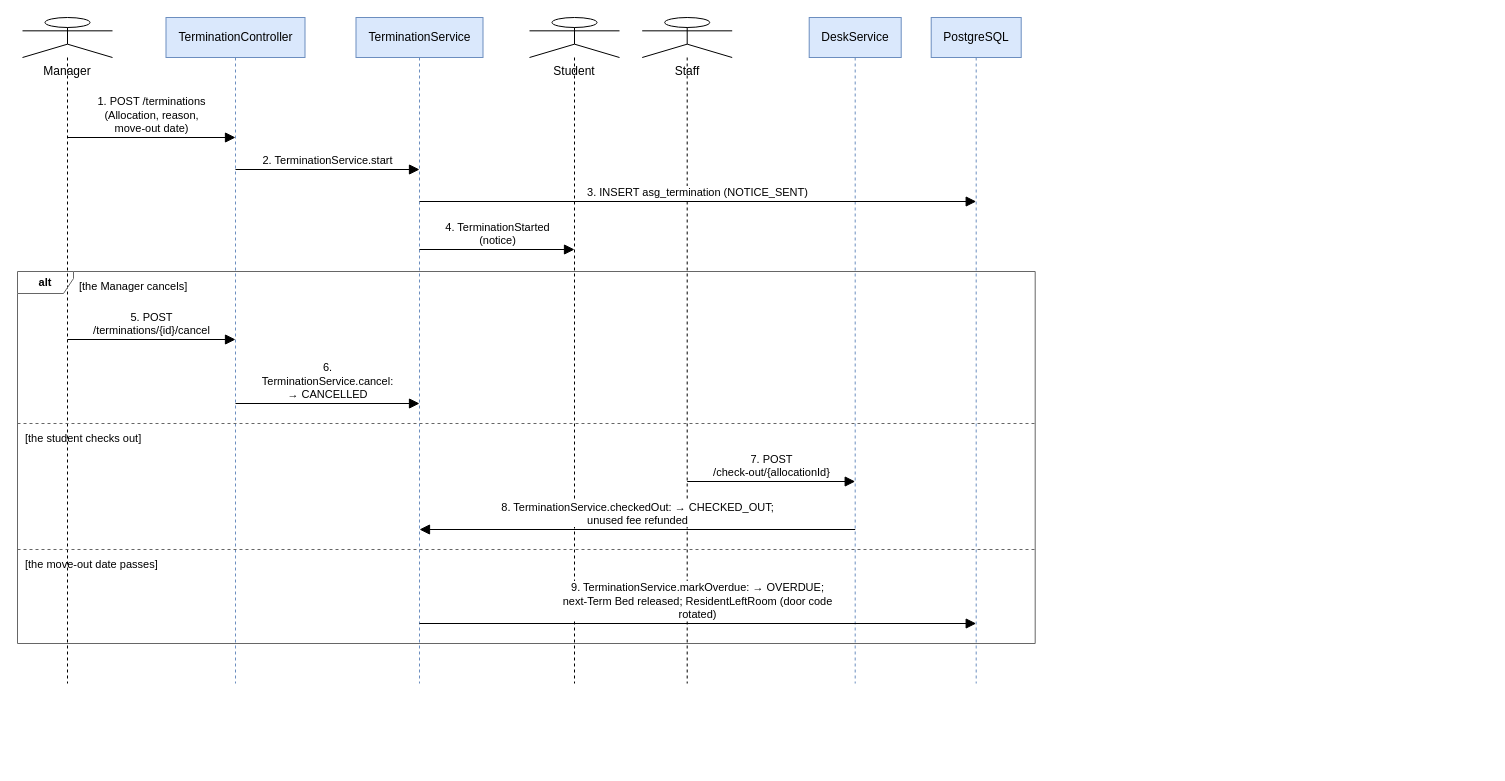
Before: docs/Diagrams/07_Sequence/seq-16-termination.drawio in tisou47/CampusStay-FPT, a draw.io diagram. Source tidied: cells renumbered, new cells numbered last; positions are measured from the earlier drawing's top-left corner, leaving out a move shared by most shapes. Both pictures are drawn from the tidied source at 100%, with x=0, y=0 at pixel (17, 17).
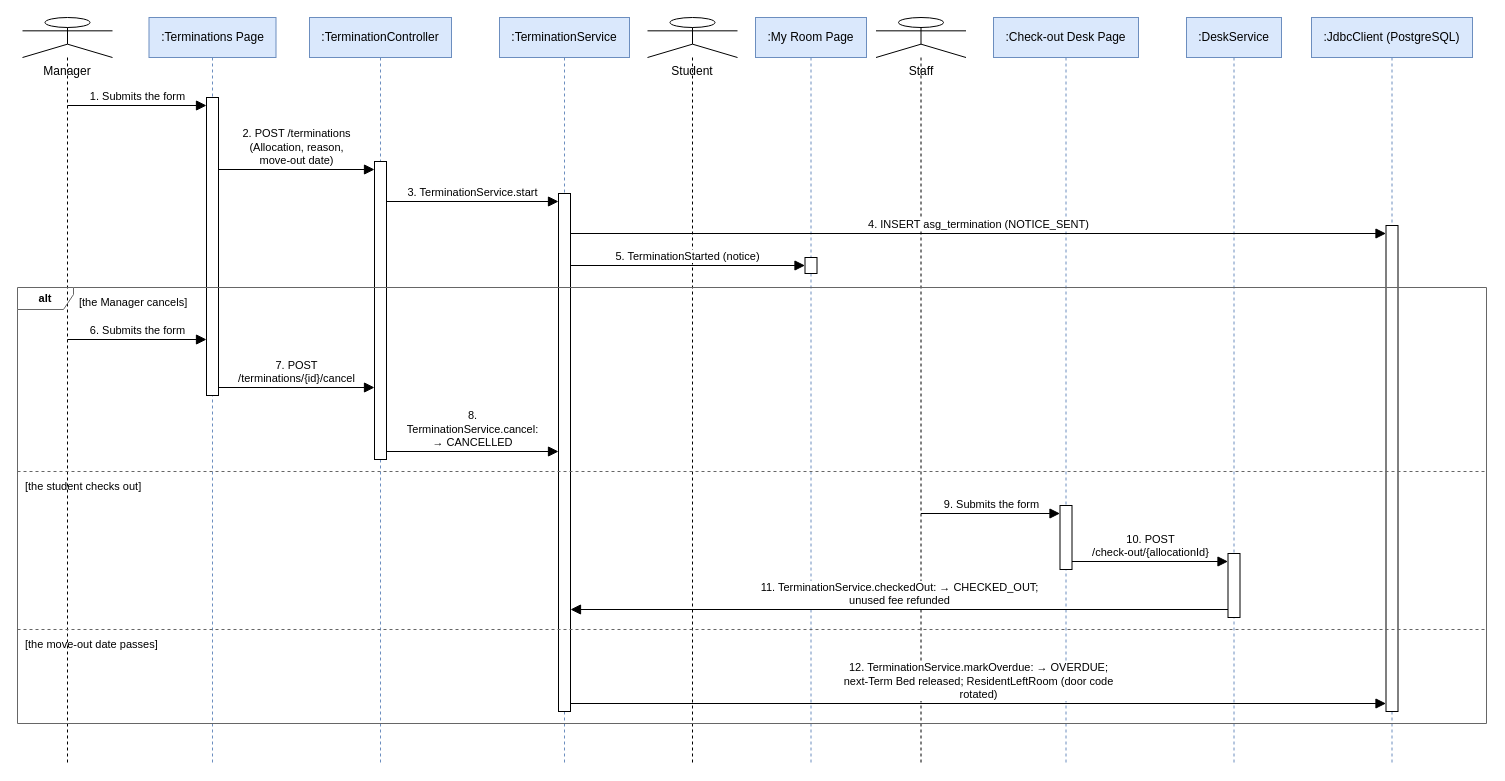
The same page after the edit.

The edit, as a diff of the source:
```diff
@@
     <mxCell id="2" value="Manager" style="shape=umlLifeline;participant=umlActor;perimeter=lifelinePerimeter;size=40;verticalAlign=top;spacingTop=40;html=1;whiteSpace=wrap;fontSize=12;fontFamily=Helvetica;" parent="1" vertex="1">
-      <mxGeometry x="5" width="90" height="666" as="geometry" />
+      <mxGeometry x="5" width="90" height="746" as="geometry" />
     </mxCell>
+    <mxCell id="24" value=":Terminations Page" style="shape=umlLifeline;perimeter=lifelinePerimeter;size=40;html=1;whiteSpace=wrap;fontSize=12;fontFamily=Helvetica;fillColor=#dae8fc;strokeColor=#6c8ebf;" parent="1" vertex="1">
+      <mxGeometry x="131.5" width="127" height="746" as="geometry" />
+    </mxCell>
-    <mxCell id="3" value="TerminationController" style="shape=umlLifeline;perimeter=lifelinePerimeter;size=40;html=1;whiteSpace=wrap;fontSize=12;fontFamily=Helvetica;fillColor=#dae8fc;strokeColor=#6c8ebf;" parent="1" vertex="1">
-      <mxGeometry x="148.5" width="139" height="666" as="geometry" />
+    <mxCell id="3" value=":TerminationController" style="shape=umlLifeline;perimeter=lifelinePerimeter;size=40;html=1;whiteSpace=wrap;fontSize=12;fontFamily=Helvetica;fillColor=#dae8fc;strokeColor=#6c8ebf;" parent="1" vertex="1">
+      <mxGeometry x="292" width="142" height="746" as="geometry" />
     </mxCell>
-    <mxCell id="4" value="TerminationService" style="shape=umlLifeline;perimeter=lifelinePerimeter;size=40;html=1;whiteSpace=wrap;fontSize=12;fontFamily=Helvetica;fillColor=#dae8fc;strokeColor=#6c8ebf;" parent="1" vertex="1">
-      <mxGeometry x="338.5" width="127" height="666" as="geometry" />
+    <mxCell id="4" value=":TerminationService" style="shape=umlLifeline;perimeter=lifelinePerimeter;size=40;html=1;whiteSpace=wrap;fontSize=12;fontFamily=Helvetica;fillColor=#dae8fc;strokeColor=#6c8ebf;" parent="1" vertex="1">
+      <mxGeometry x="482" width="130" height="746" as="geometry" />
     </mxCell>
     <mxCell id="5" value="Student" style="shape=umlLifeline;participant=umlActor;perimeter=lifelinePerimeter;size=40;verticalAlign=top;spacingTop=40;html=1;whiteSpace=wrap;fontSize=12;fontFamily=Helvetica;" parent="1" vertex="1">
-      <mxGeometry x="512" width="90" height="666" as="geometry" />
+      <mxGeometry x="630" width="90" height="746" as="geometry" />
     </mxCell>
+    <mxCell id="25" value=":My Room Page" style="shape=umlLifeline;perimeter=lifelinePerimeter;size=40;html=1;whiteSpace=wrap;fontSize=12;fontFamily=Helvetica;fillColor=#dae8fc;strokeColor=#6c8ebf;" parent="1" vertex="1">
+      <mxGeometry x="738" width="111" height="746" as="geometry" />
+    </mxCell>
     <mxCell id="6" value="Staff" style="shape=umlLifeline;participant=umlActor;perimeter=lifelinePerimeter;size=40;verticalAlign=top;spacingTop=40;html=1;whiteSpace=wrap;fontSize=12;fontFamily=Helvetica;" parent="1" vertex="1">
-      <mxGeometry x="624.7" width="90" height="666" as="geometry" />
+      <mxGeometry x="858.5" width="90" height="746" as="geometry" />
     </mxCell>
+    <mxCell id="26" value=":Check-out Desk Page" style="shape=umlLifeline;perimeter=lifelinePerimeter;size=40;html=1;whiteSpace=wrap;fontSize=12;fontFamily=Helvetica;fillColor=#dae8fc;strokeColor=#6c8ebf;" parent="1" vertex="1">
+      <mxGeometry x="976" width="145" height="746" as="geometry" />
+    </mxCell>
-    <mxCell id="7" value="DeskService" style="shape=umlLifeline;perimeter=lifelinePerimeter;size=40;html=1;whiteSpace=wrap;fontSize=12;fontFamily=Helvetica;fillColor=#dae8fc;strokeColor=#6c8ebf;" parent="1" vertex="1">
-      <mxGeometry x="791.7" width="92" height="666" as="geometry" />
+    <mxCell id="7" value=":DeskService" style="shape=umlLifeline;perimeter=lifelinePerimeter;size=40;html=1;whiteSpace=wrap;fontSize=12;fontFamily=Helvetica;fillColor=#dae8fc;strokeColor=#6c8ebf;" parent="1" vertex="1">
+      <mxGeometry x="1169" width="95" height="746" as="geometry" />
     </mxCell>
-    <mxCell id="8" value="PostgreSQL" style="shape=umlLifeline;perimeter=lifelinePerimeter;size=40;html=1;whiteSpace=wrap;fontSize=12;fontFamily=Helvetica;fillColor=#dae8fc;strokeColor=#6c8ebf;" parent="1" vertex="1">
-      <mxGeometry x="913.7" width="90" height="666" as="geometry" />
+    <mxCell id="8" value=":JdbcClient (PostgreSQL)" style="shape=umlLifeline;perimeter=lifelinePerimeter;size=40;html=1;whiteSpace=wrap;fontSize=12;fontFamily=Helvetica;fillColor=#dae8fc;strokeColor=#6c8ebf;" parent="1" vertex="1">
+      <mxGeometry x="1294" width="161" height="746" as="geometry" />
     </mxCell>
-    <mxCell id="9" value="1. POST /terminations&lt;br&gt;(Allocation, reason,&lt;br&gt;move-out date)" style="html=1;rounded=1;fontSize=11;fontFamily=Helvetica;labelBackgroundColor=#ffffff;verticalAlign=bottom;endArrow=block;endFill=1;endSize=8;" parent="1" edge="1">
-      <mxGeometry relative="1" as="geometry">
-        <mxPoint x="50" y="120" as="sourcePoint" />
-        <mxPoint x="218" y="120" as="targetPoint" />
-      </mxGeometry>
+    <mxCell id="9" style="rounded=0;whiteSpace=wrap;html=1;fillColor=#FFFFFF;strokeColor=#000000;" parent="1" vertex="1">
+      <mxGeometry x="189" y="80" width="12" height="298" as="geometry" />
     </mxCell>
-    <mxCell id="10" value="2. TerminationService.start" style="html=1;rounded=1;fontSize=11;fontFamily=Helvetica;labelBackgroundColor=#ffffff;verticalAlign=bottom;endArrow=block;endFill=1;endSize=8;" parent="1" edge="1">
-      <mxGeometry relative="1" as="geometry">
-        <mxPoint x="218" y="152" as="sourcePoint" />
-        <mxPoint x="402" y="152" as="targetPoint" />
-      </mxGeometry>
+    <mxCell id="10" style="rounded=0;whiteSpace=wrap;html=1;fillColor=#FFFFFF;strokeColor=#000000;" parent="1" vertex="1">
+      <mxGeometry x="357" y="144" width="12" height="298" as="geometry" />
     </mxCell>
-    <mxCell id="11" value="3. INSERT asg_termination (NOTICE_SENT)" style="html=1;rounded=1;fontSize=11;fontFamily=Helvetica;labelBackgroundColor=#ffffff;verticalAlign=bottom;endArrow=block;endFill=1;endSize=8;" parent="1" edge="1">
-      <mxGeometry relative="1" as="geometry">
-        <mxPoint x="402" y="184" as="sourcePoint" />
-        <mxPoint x="958.7" y="184" as="targetPoint" />
-      </mxGeometry>
+    <mxCell id="11" style="rounded=0;whiteSpace=wrap;html=1;fillColor=#FFFFFF;strokeColor=#000000;" parent="1" vertex="1">
+      <mxGeometry x="541" y="176" width="12" height="518" as="geometry" />
     </mxCell>
-    <mxCell id="12" value="4. TerminationStarted&lt;br&gt;(notice)" style="html=1;rounded=1;fontSize=11;fontFamily=Helvetica;labelBackgroundColor=#ffffff;verticalAlign=bottom;endArrow=block;endFill=1;endSize=8;" parent="1" edge="1">
-      <mxGeometry relative="1" as="geometry">
-        <mxPoint x="402" y="232" as="sourcePoint" />
-        <mxPoint x="557" y="232" as="targetPoint" />
-      </mxGeometry>
+    <mxCell id="12" style="rounded=0;whiteSpace=wrap;html=1;fillColor=#FFFFFF;strokeColor=#000000;" parent="1" vertex="1">
+      <mxGeometry x="1368.5" y="208" width="12" height="486" as="geometry" />
     </mxCell>
-    <mxCell id="13" value="5. POST&lt;br&gt;/terminations/{id}/cancel" style="html=1;rounded=1;fontSize=11;fontFamily=Helvetica;labelBackgroundColor=#ffffff;verticalAlign=bottom;endArrow=block;endFill=1;endSize=8;" parent="1" edge="1">
-      <mxGeometry relative="1" as="geometry">
-        <mxPoint x="50" y="322" as="sourcePoint" />
-        <mxPoint x="218" y="322" as="targetPoint" />
-      </mxGeometry>
+    <mxCell id="13" style="rounded=0;whiteSpace=wrap;html=1;fillColor=#FFFFFF;strokeColor=#000000;" parent="1" vertex="1">
+      <mxGeometry x="787.5" y="240" width="12" height="16" as="geometry" />
     </mxCell>
-    <mxCell id="14" value="6.&lt;br&gt;TerminationService.cancel:&lt;br&gt;→ CANCELLED" style="html=1;rounded=1;fontSize=11;fontFamily=Helvetica;labelBackgroundColor=#ffffff;verticalAlign=bottom;endArrow=block;endFill=1;endSize=8;" parent="1" edge="1">
-      <mxGeometry relative="1" as="geometry">
-        <mxPoint x="218" y="386" as="sourcePoint" />
-        <mxPoint x="402" y="386" as="targetPoint" />
-      </mxGeometry>
+    <mxCell id="14" style="rounded=0;whiteSpace=wrap;html=1;fillColor=#FFFFFF;strokeColor=#000000;" parent="1" vertex="1">
+      <mxGeometry x="1042.5" y="488" width="12" height="64" as="geometry" />
     </mxCell>
-    <mxCell id="15" value="7. POST&lt;br&gt;/check-out/{allocationId}" style="html=1;rounded=1;fontSize=11;fontFamily=Helvetica;labelBackgroundColor=#ffffff;verticalAlign=bottom;endArrow=block;endFill=1;endSize=8;" parent="1" edge="1">
-      <mxGeometry relative="1" as="geometry">
-        <mxPoint x="669.7" y="464" as="sourcePoint" />
-        <mxPoint x="837.7" y="464" as="targetPoint" />
-      </mxGeometry>
+    <mxCell id="15" style="rounded=0;whiteSpace=wrap;html=1;fillColor=#FFFFFF;strokeColor=#000000;" parent="1" vertex="1">
+      <mxGeometry x="1210.5" y="536" width="12" height="64" as="geometry" />
     </mxCell>
-    <mxCell id="16" value="8. TerminationService.checkedOut: → CHECKED_OUT;&lt;br&gt;unused fee refunded" style="html=1;rounded=1;fontSize=11;fontFamily=Helvetica;labelBackgroundColor=#ffffff;verticalAlign=bottom;endArrow=block;endFill=1;endSize=8;" parent="1" edge="1">
+    <mxCell id="16" value="1. Submits the form" style="html=1;rounded=1;fontSize=11;fontFamily=Helvetica;labelBackgroundColor=#ffffff;verticalAlign=bottom;endArrow=block;endFill=1;endSize=8;" parent="1" edge="1">
       <mxGeometry relative="1" as="geometry">
-        <mxPoint x="837.7" y="512" as="sourcePoint" />
-        <mxPoint x="402" y="512" as="targetPoint" />
+        <mxPoint x="50" y="88" as="sourcePoint" />
+        <mxPoint x="189" y="88" as="targetPoint" />
       </mxGeometry>
     </mxCell>
-    <mxCell id="17" value="9. TerminationService.markOverdue: → OVERDUE;&lt;br&gt;next-Term Bed released; ResidentLeftRoom (door code&lt;br&gt;rotated)" style="html=1;rounded=1;fontSize=11;fontFamily=Helvetica;labelBackgroundColor=#ffffff;verticalAlign=bottom;endArrow=block;endFill=1;endSize=8;" parent="1" edge="1">
+    <mxCell id="17" value="2. POST /terminations&lt;br&gt;(Allocation, reason,&lt;br&gt;move-out date)" style="html=1;rounded=1;fontSize=11;fontFamily=Helvetica;labelBackgroundColor=#ffffff;verticalAlign=bottom;endArrow=block;endFill=1;endSize=8;" parent="1" edge="1">
       <mxGeometry relative="1" as="geometry">
-        <mxPoint x="402" y="606" as="sourcePoint" />
-        <mxPoint x="958.7" y="606" as="targetPoint" />
+        <mxPoint x="201" y="152" as="sourcePoint" />
+        <mxPoint x="357" y="152" as="targetPoint" />
       </mxGeometry>
     </mxCell>
-    <mxCell id="18" value="alt" style="shape=umlFrame;whiteSpace=wrap;html=1;width=56;height=22;fontSize=11;fontStyle=1;fillColor=none;strokeColor=#666666;" parent="1" vertex="1">
-      <mxGeometry y="254" width="1017.7" height="372" as="geometry" />
+    <mxCell id="18" value="3. TerminationService.start" style="html=1;rounded=1;fontSize=11;fontFamily=Helvetica;labelBackgroundColor=#ffffff;verticalAlign=bottom;endArrow=block;endFill=1;endSize=8;" parent="1" edge="1">
+      <mxGeometry relative="1" as="geometry">
+        <mxPoint x="369" y="184" as="sourcePoint" />
+        <mxPoint x="541" y="184" as="targetPoint" />
+      </mxGeometry>
     </mxCell>
-    <mxCell id="19" value="[the Manager cancels]" style="text;html=1;whiteSpace=wrap;fontSize=12;fontFamily=Helvetica;align=left;verticalAlign=top;fillColor=none;strokeColor=none;fontSize=11;" parent="1" vertex="1">
-      <mxGeometry x="60" y="256" width="141.4" height="20" as="geometry" />
+    <mxCell id="19" value="4. INSERT asg_termination (NOTICE_SENT)" style="html=1;rounded=1;fontSize=11;fontFamily=Helvetica;labelBackgroundColor=#ffffff;verticalAlign=bottom;endArrow=block;endFill=1;endSize=8;" parent="1" edge="1">
+      <mxGeometry relative="1" as="geometry">
+        <mxPoint x="553" y="216" as="sourcePoint" />
+        <mxPoint x="1368.5" y="216" as="targetPoint" />
+      </mxGeometry>
     </mxCell>
-    <mxCell id="20" style="html=1;rounded=1;fontSize=11;fontFamily=Helvetica;labelBackgroundColor=#ffffff;endArrow=none;dashed=1;strokeColor=#666666;" parent="1" edge="1">
+    <mxCell id="20" value="5. TerminationStarted (notice)" style="html=1;rounded=1;fontSize=11;fontFamily=Helvetica;labelBackgroundColor=#ffffff;verticalAlign=bottom;endArrow=block;endFill=1;endSize=8;" parent="1" edge="1">
       <mxGeometry relative="1" as="geometry">
-        <mxPoint y="406" as="sourcePoint" />
-        <mxPoint x="1017.7" y="406" as="targetPoint" />
+        <mxPoint x="553" y="248" as="sourcePoint" />
+        <mxPoint x="787.5" y="248" as="targetPoint" />
       </mxGeometry>
     </mxCell>
-    <mxCell id="21" value="[the student checks out]" style="text;html=1;whiteSpace=wrap;fontSize=12;fontFamily=Helvetica;align=left;verticalAlign=top;fillColor=none;strokeColor=none;fontSize=11;" parent="1" vertex="1">
-      <mxGeometry x="6" y="408" width="150.1" height="20" as="geometry" />
+    <mxCell id="21" value="6. Submits the form" style="html=1;rounded=1;fontSize=11;fontFamily=Helvetica;labelBackgroundColor=#ffffff;verticalAlign=bottom;endArrow=block;endFill=1;endSize=8;" parent="1" edge="1">
+      <mxGeometry relative="1" as="geometry">
+        <mxPoint x="50" y="322" as="sourcePoint" />
+        <mxPoint x="189" y="322" as="targetPoint" />
+      </mxGeometry>
     </mxCell>
-    <mxCell id="22" style="html=1;rounded=1;fontSize=11;fontFamily=Helvetica;labelBackgroundColor=#ffffff;endArrow=none;dashed=1;strokeColor=#666666;" parent="1" edge="1">
+    <mxCell id="22" value="7. POST&lt;br&gt;/terminations/{id}/cancel" style="html=1;rounded=1;fontSize=11;fontFamily=Helvetica;labelBackgroundColor=#ffffff;verticalAlign=bottom;endArrow=block;endFill=1;endSize=8;" parent="1" edge="1">
       <mxGeometry relative="1" as="geometry">
-        <mxPoint y="532" as="sourcePoint" />
-        <mxPoint x="1017.7" y="532" as="targetPoint" />
+        <mxPoint x="201" y="370" as="sourcePoint" />
+        <mxPoint x="357" y="370" as="targetPoint" />
       </mxGeometry>
     </mxCell>
-    <mxCell id="23" value="[the move-out date passes]" style="text;html=1;whiteSpace=wrap;fontSize=12;fontFamily=Helvetica;align=left;verticalAlign=top;fillColor=none;strokeColor=none;fontSize=11;" parent="1" vertex="1">
-      <mxGeometry x="6" y="534" width="168.1" height="20" as="geometry" />
+    <mxCell id="23" value="8.&lt;br&gt;TerminationService.cancel:&lt;br&gt;→ CANCELLED" style="html=1;rounded=1;fontSize=11;fontFamily=Helvetica;labelBackgroundColor=#ffffff;verticalAlign=bottom;endArrow=block;endFill=1;endSize=8;" parent="1" edge="1">
+      <mxGeometry relative="1" as="geometry">
+        <mxPoint x="369" y="434" as="sourcePoint" />
+        <mxPoint x="541" y="434" as="targetPoint" />
+      </mxGeometry>
     </mxCell>
+    <mxCell id="27" value="9. Submits the form" style="html=1;rounded=1;fontSize=11;fontFamily=Helvetica;labelBackgroundColor=#ffffff;verticalAlign=bottom;endArrow=block;endFill=1;endSize=8;" parent="1" edge="1">
+      <mxGeometry relative="1" as="geometry">
+        <mxPoint x="903.5" y="496" as="sourcePoint" />
+        <mxPoint x="1042.5" y="496" as="targetPoint" />
+      </mxGeometry>
+    </mxCell>
+    <mxCell id="28" value="10. POST&lt;br&gt;/check-out/{allocationId}" style="html=1;rounded=1;fontSize=11;fontFamily=Helvetica;labelBackgroundColor=#ffffff;verticalAlign=bottom;endArrow=block;endFill=1;endSize=8;" parent="1" edge="1">
+      <mxGeometry relative="1" as="geometry">
+        <mxPoint x="1054.5" y="544" as="sourcePoint" />
+        <mxPoint x="1210.5" y="544" as="targetPoint" />
+      </mxGeometry>
+    </mxCell>
+    <mxCell id="29" value="11. TerminationService.checkedOut: → CHECKED_OUT;&lt;br&gt;unused fee refunded" style="html=1;rounded=1;fontSize=11;fontFamily=Helvetica;labelBackgroundColor=#ffffff;verticalAlign=bottom;endArrow=block;endFill=1;endSize=8;" parent="1" edge="1">
+      <mxGeometry relative="1" as="geometry">
+        <mxPoint x="1210.5" y="592" as="sourcePoint" />
+        <mxPoint x="553" y="592" as="targetPoint" />
+      </mxGeometry>
+    </mxCell>
+    <mxCell id="30" value="12. TerminationService.markOverdue: → OVERDUE;&lt;br&gt;next-Term Bed released; ResidentLeftRoom (door code&lt;br&gt;rotated)" style="html=1;rounded=1;fontSize=11;fontFamily=Helvetica;labelBackgroundColor=#ffffff;verticalAlign=bottom;endArrow=block;endFill=1;endSize=8;" parent="1" edge="1">
+      <mxGeometry relative="1" as="geometry">
+        <mxPoint x="553" y="686" as="sourcePoint" />
+        <mxPoint x="1368.5" y="686" as="targetPoint" />
+      </mxGeometry>
+    </mxCell>
+    <mxCell id="31" value="alt" style="shape=umlFrame;whiteSpace=wrap;html=1;width=56;height=22;fontSize=11;fontStyle=1;fillColor=none;strokeColor=#666666;" parent="1" vertex="1">
+      <mxGeometry y="270" width="1469" height="436" as="geometry" />
+    </mxCell>
+    <mxCell id="32" value="[the Manager cancels]" style="text;html=1;whiteSpace=wrap;fontSize=12;fontFamily=Helvetica;align=left;verticalAlign=top;fillColor=none;strokeColor=none;fontSize=11;" parent="1" vertex="1">
+      <mxGeometry x="60" y="272" width="141.4" height="20" as="geometry" />
+    </mxCell>
+    <mxCell id="33" style="html=1;rounded=1;fontSize=11;fontFamily=Helvetica;labelBackgroundColor=#ffffff;endArrow=none;dashed=1;strokeColor=#666666;" parent="1" edge="1">
+      <mxGeometry relative="1" as="geometry">
+        <mxPoint y="454" as="sourcePoint" />
+        <mxPoint x="1469" y="454" as="targetPoint" />
+      </mxGeometry>
+    </mxCell>
+    <mxCell id="34" value="[the student checks out]" style="text;html=1;whiteSpace=wrap;fontSize=12;fontFamily=Helvetica;align=left;verticalAlign=top;fillColor=none;strokeColor=none;fontSize=11;" parent="1" vertex="1">
+      <mxGeometry x="6" y="456" width="150.1" height="20" as="geometry" />
+    </mxCell>
+    <mxCell id="35" style="html=1;rounded=1;fontSize=11;fontFamily=Helvetica;labelBackgroundColor=#ffffff;endArrow=none;dashed=1;strokeColor=#666666;" parent="1" edge="1">
+      <mxGeometry relative="1" as="geometry">
+        <mxPoint y="612" as="sourcePoint" />
+        <mxPoint x="1469" y="612" as="targetPoint" />
+      </mxGeometry>
+    </mxCell>
+    <mxCell id="36" value="[the move-out date passes]" style="text;html=1;whiteSpace=wrap;fontSize=12;fontFamily=Helvetica;align=left;verticalAlign=top;fillColor=none;strokeColor=none;fontSize=11;" parent="1" vertex="1">
+      <mxGeometry x="6" y="614" width="168.1" height="20" as="geometry" />
+    </mxCell>
```
